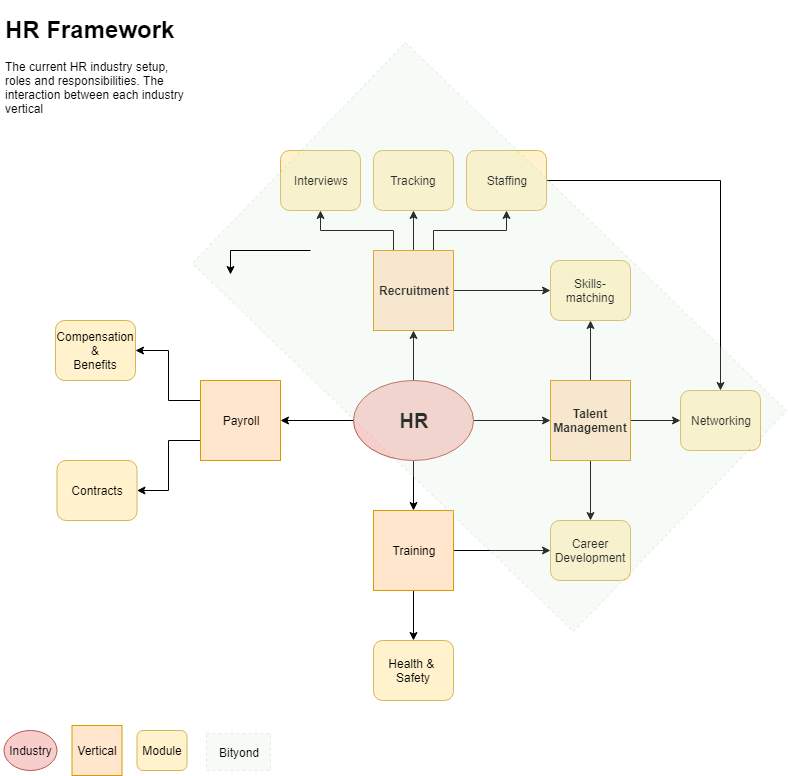
Above: Bityond_HR.png in Bityond/Business (draw.io), before the change. Source tidied: cells renumbered, new cells last; positions are measured from the earlier drawing's top-left corner, leaving out a move shared by most shapes. Source of this version:
```xml
<mxGraphModel>
  <root>
    <mxCell id="0" />
    <mxCell id="1" parent="0" />
    <mxCell id="2" value="&lt;h1&gt;HR Framework&lt;/h1&gt;&lt;p&gt;The current HR industry setup, roles and responsibilities. The interaction between each industry vertical&lt;/p&gt;" style="text;html=1;strokeColor=none;fillColor=none;spacing=5;spacingTop=-20;whiteSpace=wrap;overflow=hidden;rounded=0;" parent="1" vertex="1">
      <mxGeometry width="190" height="120" as="geometry" />
    </mxCell>
    <mxCell id="3" style="edgeStyle=orthogonalEdgeStyle;rounded=0;jettySize=auto;html=1;exitX=0;exitY=0.25;exitDx=0;exitDy=0;" parent="1" edge="1" source="5" target="23">
      <mxGeometry relative="1" as="geometry" />
    </mxCell>
    <mxCell id="4" style="edgeStyle=orthogonalEdgeStyle;rounded=0;jettySize=auto;html=1;exitX=0;exitY=0.75;exitDx=0;exitDy=0;" parent="1" edge="1" source="5" target="24">
      <mxGeometry relative="1" as="geometry" />
    </mxCell>
    <mxCell id="5" value="Payroll" style="whiteSpace=wrap;html=1;fillColor=#ffe6cc;strokeColor=#d79b00;" parent="1" vertex="1">
      <mxGeometry x="200" y="370" width="80" height="80" as="geometry" />
    </mxCell>
    <mxCell id="6" style="edgeStyle=orthogonalEdgeStyle;rounded=0;jettySize=auto;html=1;exitX=0;exitY=0.5;exitDx=0;exitDy=0;" parent="1" edge="1" source="10" target="5">
      <mxGeometry relative="1" as="geometry" />
    </mxCell>
    <mxCell id="7" style="edgeStyle=orthogonalEdgeStyle;rounded=0;jettySize=auto;html=1;exitX=1;exitY=0.5;exitDx=0;exitDy=0;" parent="1" edge="1" source="10" target="19">
      <mxGeometry relative="1" as="geometry" />
    </mxCell>
    <mxCell id="8" style="edgeStyle=orthogonalEdgeStyle;rounded=0;jettySize=auto;html=1;exitX=0.5;exitY=0;exitDx=0;exitDy=0;" parent="1" edge="1" source="10" target="15">
      <mxGeometry relative="1" as="geometry" />
    </mxCell>
    <mxCell id="9" style="edgeStyle=orthogonalEdgeStyle;rounded=0;jettySize=auto;html=1;exitX=0.5;exitY=1;exitDx=0;exitDy=0;" parent="1" edge="1" source="10" target="22">
      <mxGeometry relative="1" as="geometry" />
    </mxCell>
    <mxCell id="10" value="HR" style="ellipse;whiteSpace=wrap;html=1;fillColor=#f8cecc;strokeColor=#b85450;fontStyle=1;fontSize=20;" parent="1" vertex="1">
      <mxGeometry x="353" y="370" width="120" height="80" as="geometry" />
    </mxCell>
    <mxCell id="11" style="edgeStyle=orthogonalEdgeStyle;rounded=0;jettySize=auto;html=1;exitX=0.5;exitY=0;exitDx=0;exitDy=0;" parent="1" edge="1" source="15" target="30">
      <mxGeometry relative="1" as="geometry" />
    </mxCell>
    <mxCell id="12" style="edgeStyle=orthogonalEdgeStyle;rounded=0;jettySize=auto;html=1;exitX=0.25;exitY=0;exitDx=0;exitDy=0;entryX=0.5;entryY=1;entryDx=0;entryDy=0;" parent="1" edge="1" source="15" target="31">
      <mxGeometry relative="1" as="geometry" />
    </mxCell>
    <mxCell id="13" style="edgeStyle=orthogonalEdgeStyle;rounded=0;jettySize=auto;html=1;exitX=0.75;exitY=0;exitDx=0;exitDy=0;entryX=0.5;entryY=1;entryDx=0;entryDy=0;" parent="1" edge="1" source="15" target="26">
      <mxGeometry relative="1" as="geometry" />
    </mxCell>
    <mxCell id="14" style="edgeStyle=orthogonalEdgeStyle;rounded=0;jettySize=auto;html=1;exitX=1;exitY=0.5;exitDx=0;exitDy=0;entryX=0;entryY=0.5;entryDx=0;entryDy=0;" parent="1" edge="1" source="15" target="27">
      <mxGeometry relative="1" as="geometry" />
    </mxCell>
    <mxCell id="15" value="Recruitment" style="whiteSpace=wrap;html=1;fillColor=#ffe6cc;strokeColor=#d79b00;fontStyle=1;" parent="1" vertex="1">
      <mxGeometry x="373" y="240" width="80" height="80" as="geometry" />
    </mxCell>
    <mxCell id="16" style="edgeStyle=orthogonalEdgeStyle;rounded=0;jettySize=auto;html=1;exitX=0.5;exitY=0;exitDx=0;exitDy=0;" parent="1" edge="1" source="19" target="27">
      <mxGeometry relative="1" as="geometry" />
    </mxCell>
    <mxCell id="17" style="edgeStyle=orthogonalEdgeStyle;rounded=0;jettySize=auto;html=1;exitX=0.5;exitY=1;exitDx=0;exitDy=0;" parent="1" edge="1" source="19" target="28">
      <mxGeometry relative="1" as="geometry" />
    </mxCell>
    <mxCell id="18" style="edgeStyle=orthogonalEdgeStyle;rounded=0;jettySize=auto;html=1;exitX=1;exitY=0.5;exitDx=0;exitDy=0;" parent="1" edge="1" source="19" target="32">
      <mxGeometry relative="1" as="geometry" />
    </mxCell>
    <mxCell id="19" value="Talent&lt;br&gt;Management&lt;br&gt;" style="whiteSpace=wrap;html=1;fillColor=#ffe6cc;strokeColor=#d79b00;fontStyle=1;" parent="1" vertex="1">
      <mxGeometry x="550" y="370" width="80" height="80" as="geometry" />
    </mxCell>
    <mxCell id="20" style="edgeStyle=orthogonalEdgeStyle;rounded=0;jettySize=auto;html=1;exitX=1;exitY=0.5;exitDx=0;exitDy=0;entryX=0;entryY=0.5;entryDx=0;entryDy=0;" parent="1" edge="1" source="22" target="28">
      <mxGeometry relative="1" as="geometry" />
    </mxCell>
    <mxCell id="21" style="edgeStyle=orthogonalEdgeStyle;rounded=0;jettySize=auto;html=1;exitX=0.5;exitY=1;exitDx=0;exitDy=0;" parent="1" edge="1" source="22" target="29">
      <mxGeometry relative="1" as="geometry" />
    </mxCell>
    <mxCell id="22" value="Training" style="whiteSpace=wrap;html=1;fillColor=#ffe6cc;strokeColor=#d79b00;" parent="1" vertex="1">
      <mxGeometry x="373" y="500" width="80" height="80" as="geometry" />
    </mxCell>
    <mxCell id="23" value="Compensation&lt;br&gt;&amp;amp;&lt;br&gt;Benefits&lt;br&gt;" style="rounded=1;whiteSpace=wrap;html=1;fillColor=#fff2cc;strokeColor=#d6b656;" parent="1" vertex="1">
      <mxGeometry x="55" y="310" width="80" height="60" as="geometry" />
    </mxCell>
    <mxCell id="24" value="Contracts" style="rounded=1;whiteSpace=wrap;html=1;fillColor=#fff2cc;strokeColor=#d6b656;" parent="1" vertex="1">
      <mxGeometry x="56.5" y="450" width="80" height="60" as="geometry" />
    </mxCell>
    <mxCell id="25" style="edgeStyle=orthogonalEdgeStyle;rounded=0;jettySize=auto;html=1;exitX=1;exitY=0.5;exitDx=0;exitDy=0;entryX=0.5;entryY=0;entryDx=0;entryDy=0;" parent="1" edge="1" source="26" target="32">
      <mxGeometry relative="1" as="geometry" />
    </mxCell>
    <mxCell id="26" value="Staffing&lt;br&gt;" style="rounded=1;whiteSpace=wrap;html=1;fillColor=#fff2cc;strokeColor=#d6b656;" parent="1" vertex="1">
      <mxGeometry x="466" y="140" width="80" height="60" as="geometry" />
    </mxCell>
    <mxCell id="27" value="Skills-matching&lt;br&gt;" style="rounded=1;whiteSpace=wrap;html=1;fillColor=#fff2cc;strokeColor=#d6b656;" parent="1" vertex="1">
      <mxGeometry x="550" y="250" width="80" height="60" as="geometry" />
    </mxCell>
    <mxCell id="28" value="Career Development&lt;br&gt;" style="rounded=1;whiteSpace=wrap;html=1;fillColor=#fff2cc;strokeColor=#d6b656;" parent="1" vertex="1">
      <mxGeometry x="550" y="510" width="80" height="60" as="geometry" />
    </mxCell>
    <mxCell id="29" value="Health &amp;amp;&amp;nbsp;&lt;br&gt;Safety&lt;br&gt;" style="rounded=1;whiteSpace=wrap;html=1;fillColor=#fff2cc;strokeColor=#d6b656;" parent="1" vertex="1">
      <mxGeometry x="373" y="630" width="80" height="60" as="geometry" />
    </mxCell>
    <mxCell id="30" value="Tracking" style="rounded=1;whiteSpace=wrap;html=1;fillColor=#fff2cc;strokeColor=#d6b656;" parent="1" vertex="1">
      <mxGeometry x="373" y="140" width="80" height="60" as="geometry" />
    </mxCell>
    <mxCell id="31" value="Interviews&lt;br&gt;" style="rounded=1;whiteSpace=wrap;html=1;fillColor=#fff2cc;strokeColor=#d6b656;" parent="1" vertex="1">
      <mxGeometry x="280" y="140" width="80" height="60" as="geometry" />
    </mxCell>
    <mxCell id="32" value="Networking&lt;br&gt;" style="rounded=1;whiteSpace=wrap;html=1;fillColor=#fff2cc;strokeColor=#d6b656;" parent="1" vertex="1">
      <mxGeometry x="680" y="380" width="80" height="60" as="geometry" />
    </mxCell>
    <mxCell id="33" value="Industry" style="ellipse;whiteSpace=wrap;html=1;fillColor=#f8cecc;strokeColor=#b85450;" parent="1" vertex="1">
      <mxGeometry x="3.5" y="720" width="53" height="40" as="geometry" />
    </mxCell>
    <mxCell id="34" value="Vertical" style="whiteSpace=wrap;html=1;fillColor=#ffe6cc;strokeColor=#d79b00;" parent="1" vertex="1">
      <mxGeometry x="71.5" y="715" width="50" height="50" as="geometry" />
    </mxCell>
    <mxCell id="35" value="Module" style="rounded=1;whiteSpace=wrap;html=1;fillColor=#fff2cc;strokeColor=#d6b656;" parent="1" vertex="1">
      <mxGeometry x="136.5" y="720" width="50" height="40" as="geometry" />
    </mxCell>
    <mxCell id="36" style="rounded=0;whiteSpace=wrap;html=1;dashed=1;fontSize=20;opacity=20;fillColor=#d5e8d4;strokeColor=#82b366;rotation=44;" parent="1" vertex="1">
      <mxGeometry x="224" y="173" width="530" height="307" as="geometry" />
    </mxCell>
    <mxCell id="37" value="Bityond" style="rounded=0;whiteSpace=wrap;html=1;dashed=1;fontSize=12;opacity=20;fillColor=#d5e8d4;strokeColor=#82b366;rotation=0;" parent="1" vertex="1">
      <mxGeometry x="206" y="723" width="64" height="37" as="geometry" />
    </mxCell>
    <mxCell id="38" style="edgeStyle=orthogonalEdgeStyle;rounded=0;orthogonalLoop=1;jettySize=auto;html=1;entryX=0;entryY=0.5;entryDx=0;entryDy=0;fontSize=12;" parent="1" edge="1">
      <mxGeometry relative="1" as="geometry">
        <mxPoint x="310" y="240" as="sourcePoint" />
        <mxPoint x="230" y="264" as="targetPoint" />
      </mxGeometry>
    </mxCell>
  </root>
</mxGraphModel>
```
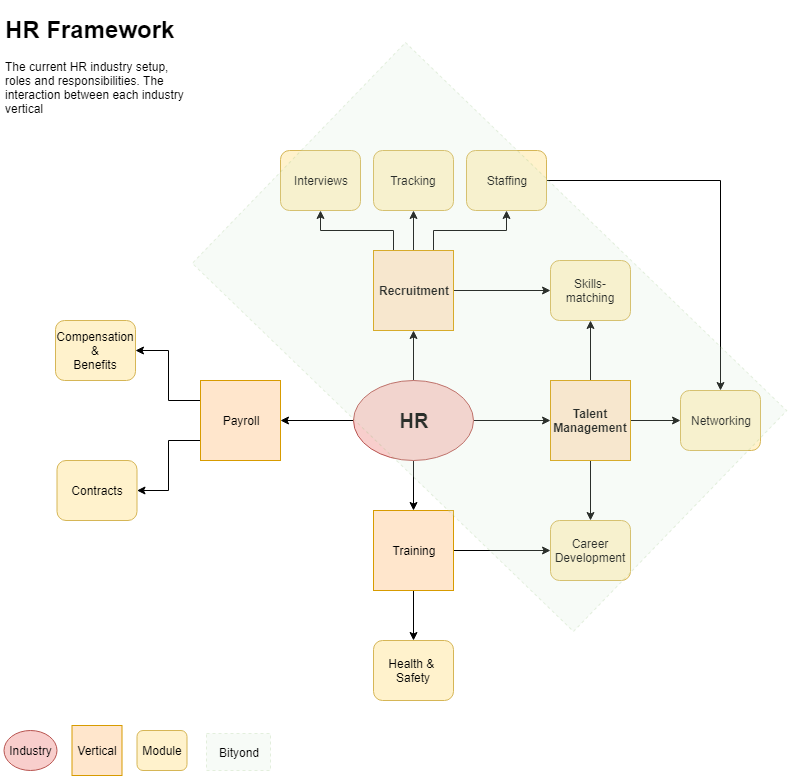
After the commit.

Change to the diagram source:
```diff
@@ -110,11 +110,5 @@
     <mxCell id="37" value="Bityond" style="rounded=0;whiteSpace=wrap;html=1;dashed=1;fontSize=12;opacity=20;fillColor=#d5e8d4;strokeColor=#82b366;rotation=0;" parent="1" vertex="1">
       <mxGeometry x="206" y="723" width="64" height="37" as="geometry" />
     </mxCell>
-    <mxCell id="38" style="edgeStyle=orthogonalEdgeStyle;rounded=0;orthogonalLoop=1;jettySize=auto;html=1;entryX=0;entryY=0.5;entryDx=0;entryDy=0;fontSize=12;" parent="1" edge="1">
-      <mxGeometry relative="1" as="geometry">
-        <mxPoint x="310" y="240" as="sourcePoint" />
-        <mxPoint x="230" y="264" as="targetPoint" />
-      </mxGeometry>
-    </mxCell>
   </root>
 </mxGraphModel>
```
